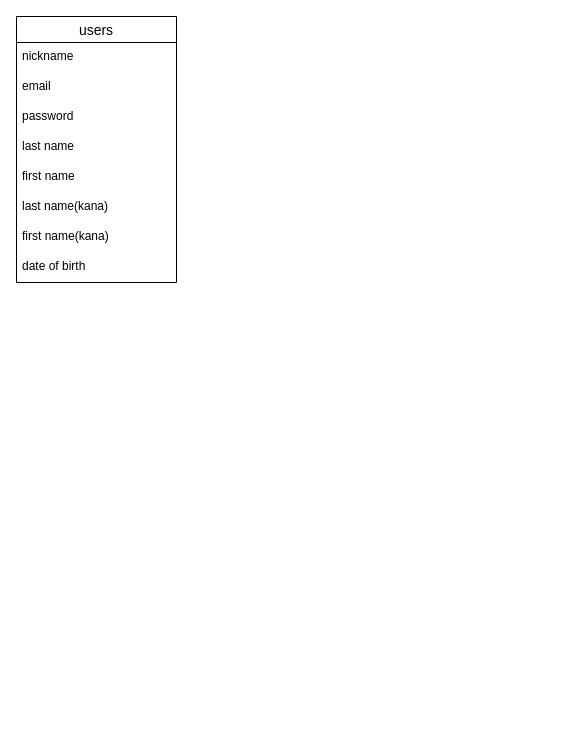
Above: ER.dio in ggjdp668/furima-40364 (draw.io), before the change. Source tidied: cells renumbered, new cells numbered last; positions are measured from the earlier drawing's top-left corner, leaving out a move shared by most shapes. Both pictures are drawn from the tidied source at 100%, with x=0, y=0 at pixel (16, 16).
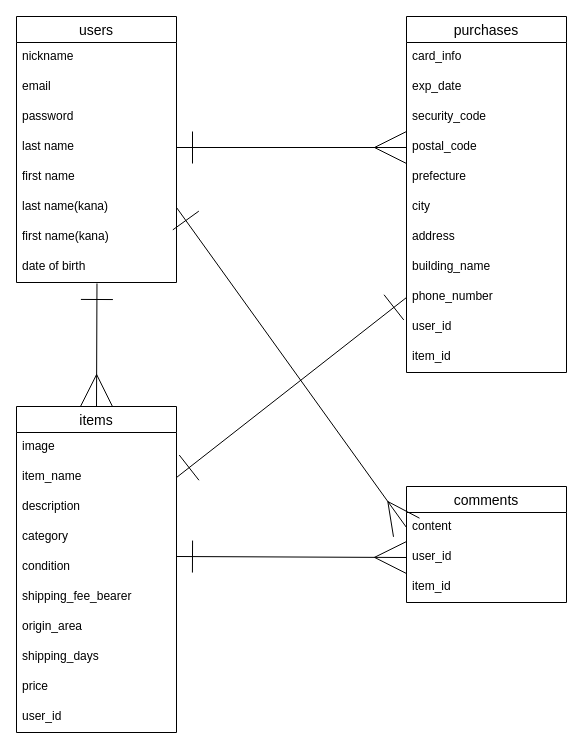
The same page after the edit.

Commit message (it also covers changes not shown here):
データベース設計

Unchanged cells that the change refers to:
```xml
<mxCell id="6" value="last name" style="text;strokeColor=none;fillColor=none;spacingLeft=4;spacingRight=4;overflow=hidden;points=[[0,0.5],[1,0.5]];portConstraint=eastwest;fontSize=12;" parent="2" vertex="1">
  <mxGeometry y="116" width="160" height="30" as="geometry" />
</mxCell>
<mxCell id="8" value="last name(kana)" style="text;strokeColor=none;fillColor=none;spacingLeft=4;spacingRight=4;overflow=hidden;points=[[0,0.5],[1,0.5]];portConstraint=eastwest;fontSize=12;" parent="2" vertex="1">
  <mxGeometry y="176" width="160" height="30" as="geometry" />
</mxCell>
<mxCell id="10" value="date of birth" style="text;strokeColor=none;fillColor=none;spacingLeft=4;spacingRight=4;overflow=hidden;points=[[0,0.5],[1,0.5]];portConstraint=eastwest;fontSize=12;" parent="2" vertex="1">
  <mxGeometry y="236" width="160" height="30" as="geometry" />
</mxCell>
```

Change to the diagram source:
```diff
@@
+    <mxCell id="11" style="edgeStyle=none;html=1;exitX=0.5;exitY=0;exitDx=0;exitDy=0;entryX=0.503;entryY=1.033;entryDx=0;entryDy=0;entryPerimeter=0;startArrow=ERmany;startFill=0;endArrow=ERone;endFill=0;targetPerimeterSpacing=0;endSize=30;startSize=30;" parent="1" edge="1" source="12" target="10">
+      <mxGeometry relative="1" as="geometry" />
+    </mxCell>
+    <mxCell id="12" value="items" style="swimlane;fontStyle=0;horizontal=1;startSize=26;align=center;fontSize=14;" parent="1" vertex="1">
+      <mxGeometry y="390" width="160" height="326" as="geometry" />
+    </mxCell>
+    <mxCell id="13" value="image" style="text;strokeColor=none;fillColor=none;spacingLeft=4;spacingRight=4;overflow=hidden;fontSize=12;" parent="12" vertex="1">
+      <mxGeometry y="26" width="160" height="30" as="geometry" />
+    </mxCell>
+    <mxCell id="14" value="item_name" style="text;strokeColor=none;fillColor=none;spacingLeft=4;spacingRight=4;overflow=hidden;points=[[0,0.5],[1,0.5]];portConstraint=eastwest;fontSize=12;" parent="12" vertex="1">
+      <mxGeometry y="56" width="160" height="30" as="geometry" />
+    </mxCell>
+    <mxCell id="15" value="description" style="text;strokeColor=none;fillColor=none;spacingLeft=4;spacingRight=4;overflow=hidden;fontSize=12;" parent="12" vertex="1">
+      <mxGeometry y="86" width="160" height="30" as="geometry" />
+    </mxCell>
+    <mxCell id="16" value="category" style="text;strokeColor=none;fillColor=none;spacingLeft=4;spacingRight=4;overflow=hidden;fontSize=12;" parent="12" vertex="1">
+      <mxGeometry y="116" width="160" height="30" as="geometry" />
+    </mxCell>
+    <mxCell id="17" value="condition" style="text;strokeColor=none;fillColor=none;spacingLeft=4;spacingRight=4;overflow=hidden;fontSize=12;" parent="12" vertex="1">
+      <mxGeometry y="146" width="160" height="30" as="geometry" />
+    </mxCell>
+    <mxCell id="18" value="shipping_fee_bearer" style="text;strokeColor=none;fillColor=none;spacingLeft=4;spacingRight=4;overflow=hidden;fontSize=12;" parent="12" vertex="1">
+      <mxGeometry y="176" width="160" height="30" as="geometry" />
+    </mxCell>
+    <mxCell id="19" value="origin_area" style="text;strokeColor=none;fillColor=none;spacingLeft=4;spacingRight=4;overflow=hidden;fontSize=12;" parent="12" vertex="1">
+      <mxGeometry y="206" width="160" height="30" as="geometry" />
+    </mxCell>
+    <mxCell id="20" value="shipping_days" style="text;strokeColor=none;fillColor=none;spacingLeft=4;spacingRight=4;overflow=hidden;fontSize=12;" parent="12" vertex="1">
+      <mxGeometry y="236" width="160" height="30" as="geometry" />
+    </mxCell>
+    <mxCell id="21" value="price" style="text;strokeColor=none;fillColor=none;spacingLeft=4;spacingRight=4;overflow=hidden;fontSize=12;" parent="12" vertex="1">
+      <mxGeometry y="266" width="160" height="30" as="geometry" />
+    </mxCell>
+    <mxCell id="22" value="user_id" style="text;strokeColor=none;fillColor=none;spacingLeft=4;spacingRight=4;overflow=hidden;fontSize=12;" parent="12" vertex="1">
+      <mxGeometry y="296" width="160" height="30" as="geometry" />
+    </mxCell>
+    <mxCell id="23" value="comments" style="swimlane;fontStyle=0;horizontal=1;startSize=26;align=center;fontSize=14;" parent="1" vertex="1">
+      <mxGeometry x="390" y="470" width="160" height="116" as="geometry" />
+    </mxCell>
+    <mxCell id="24" value="content" style="text;strokeColor=none;fillColor=none;spacingLeft=4;spacingRight=4;overflow=hidden;points=[[0,0.5],[1,0.5]];portConstraint=eastwest;fontSize=12;" parent="23" vertex="1">
+      <mxGeometry y="26" width="160" height="30" as="geometry" />
+    </mxCell>
+    <mxCell id="25" value="user_id" style="text;strokeColor=none;fillColor=none;spacingLeft=4;spacingRight=4;overflow=hidden;points=[[0,0.5],[1,0.5]];portConstraint=eastwest;fontSize=12;" parent="23" vertex="1">
+      <mxGeometry y="56" width="160" height="30" as="geometry" />
+    </mxCell>
+    <mxCell id="26" value="item_id" style="text;strokeColor=none;fillColor=none;spacingLeft=4;spacingRight=4;overflow=hidden;fontSize=12;" parent="23" vertex="1">
+      <mxGeometry y="86" width="160" height="30" as="geometry" />
+    </mxCell>
+    <mxCell id="27" value="purchases" style="swimlane;fontStyle=0;horizontal=1;startSize=26;align=center;fontSize=14;" parent="1" vertex="1">
+      <mxGeometry x="390" width="160" height="356" as="geometry" />
+    </mxCell>
+    <mxCell id="28" value="card_info" style="text;strokeColor=none;fillColor=none;spacingLeft=4;spacingRight=4;overflow=hidden;fontSize=12;" parent="27" vertex="1">
+      <mxGeometry y="26" width="160" height="30" as="geometry" />
+    </mxCell>
+    <mxCell id="29" value="exp_date" style="text;strokeColor=none;fillColor=none;spacingLeft=4;spacingRight=4;overflow=hidden;fontSize=12;" parent="27" vertex="1">
+      <mxGeometry y="56" width="160" height="30" as="geometry" />
+    </mxCell>
+    <mxCell id="30" value="security_code" style="text;strokeColor=none;fillColor=none;spacingLeft=4;spacingRight=4;overflow=hidden;fontSize=12;" parent="27" vertex="1">
+      <mxGeometry y="86" width="160" height="30" as="geometry" />
+    </mxCell>
+    <mxCell id="31" value="postal_code" style="text;strokeColor=none;fillColor=none;spacingLeft=4;spacingRight=4;overflow=hidden;points=[[0,0.5],[1,0.5]];portConstraint=eastwest;fontSize=12;" parent="27" vertex="1">
+      <mxGeometry y="116" width="160" height="30" as="geometry" />
+    </mxCell>
+    <mxCell id="32" value="prefecture" style="text;strokeColor=none;fillColor=none;spacingLeft=4;spacingRight=4;overflow=hidden;fontSize=12;" parent="27" vertex="1">
+      <mxGeometry y="146" width="160" height="30" as="geometry" />
+    </mxCell>
+    <mxCell id="33" value="city" style="text;strokeColor=none;fillColor=none;spacingLeft=4;spacingRight=4;overflow=hidden;fontSize=12;" parent="27" vertex="1">
+      <mxGeometry y="176" width="160" height="30" as="geometry" />
+    </mxCell>
+    <mxCell id="34" value="address" style="text;strokeColor=none;fillColor=none;spacingLeft=4;spacingRight=4;overflow=hidden;fontSize=12;" parent="27" vertex="1">
+      <mxGeometry y="206" width="160" height="30" as="geometry" />
+    </mxCell>
+    <mxCell id="35" value="building_name" style="text;strokeColor=none;fillColor=none;spacingLeft=4;spacingRight=4;overflow=hidden;fontSize=12;" parent="27" vertex="1">
+      <mxGeometry y="236" width="160" height="30" as="geometry" />
+    </mxCell>
+    <mxCell id="36" value="phone_number" style="text;strokeColor=none;fillColor=none;spacingLeft=4;spacingRight=4;overflow=hidden;points=[[0,0.5],[1,0.5]];portConstraint=eastwest;fontSize=12;" parent="27" vertex="1">
+      <mxGeometry y="266" width="160" height="30" as="geometry" />
+    </mxCell>
+    <mxCell id="37" value="user_id" style="text;strokeColor=none;fillColor=none;spacingLeft=4;spacingRight=4;overflow=hidden;fontSize=12;" parent="27" vertex="1">
+      <mxGeometry y="296" width="160" height="30" as="geometry" />
+    </mxCell>
+    <mxCell id="38" value="item_id" style="text;strokeColor=none;fillColor=none;spacingLeft=4;spacingRight=4;overflow=hidden;fontSize=12;" parent="27" vertex="1">
+      <mxGeometry y="326" width="160" height="30" as="geometry" />
+    </mxCell>
+    <mxCell id="39" style="edgeStyle=none;html=1;exitX=1;exitY=0.5;exitDx=0;exitDy=0;entryX=0;entryY=0.5;entryDx=0;entryDy=0;startArrow=ERone;startFill=0;startSize=30;endArrow=ERmany;endFill=0;endSize=30;" parent="1" edge="1" source="6" target="31">
+      <mxGeometry relative="1" as="geometry" />
+    </mxCell>
+    <mxCell id="40" style="edgeStyle=none;html=1;exitX=0;exitY=0.5;exitDx=0;exitDy=0;startArrow=ERmany;startFill=0;endArrow=ERone;endFill=0;startSize=30;endSize=30;targetPerimeterSpacing=0;" parent="1" edge="1" source="25">
+      <mxGeometry relative="1" as="geometry">
+        <mxPoint x="160" y="540" as="targetPoint" />
+      </mxGeometry>
+    </mxCell>
+    <mxCell id="41" style="edgeStyle=none;html=1;exitX=0;exitY=0.5;exitDx=0;exitDy=0;entryX=1;entryY=0.5;entryDx=0;entryDy=0;startArrow=ERone;startFill=0;endArrow=ERone;endFill=0;startSize=30;endSize=30;targetPerimeterSpacing=0;" parent="1" edge="1" source="36" target="14">
+      <mxGeometry relative="1" as="geometry" />
+    </mxCell>
+    <mxCell id="42" style="edgeStyle=none;html=1;exitX=1;exitY=0.5;exitDx=0;exitDy=0;entryX=0;entryY=0.5;entryDx=0;entryDy=0;startArrow=ERone;startFill=0;endArrow=ERmany;endFill=0;startSize=30;endSize=30;targetPerimeterSpacing=0;" parent="1" edge="1" source="8" target="24">
+      <mxGeometry relative="1" as="geometry" />
+    </mxCell>
```
